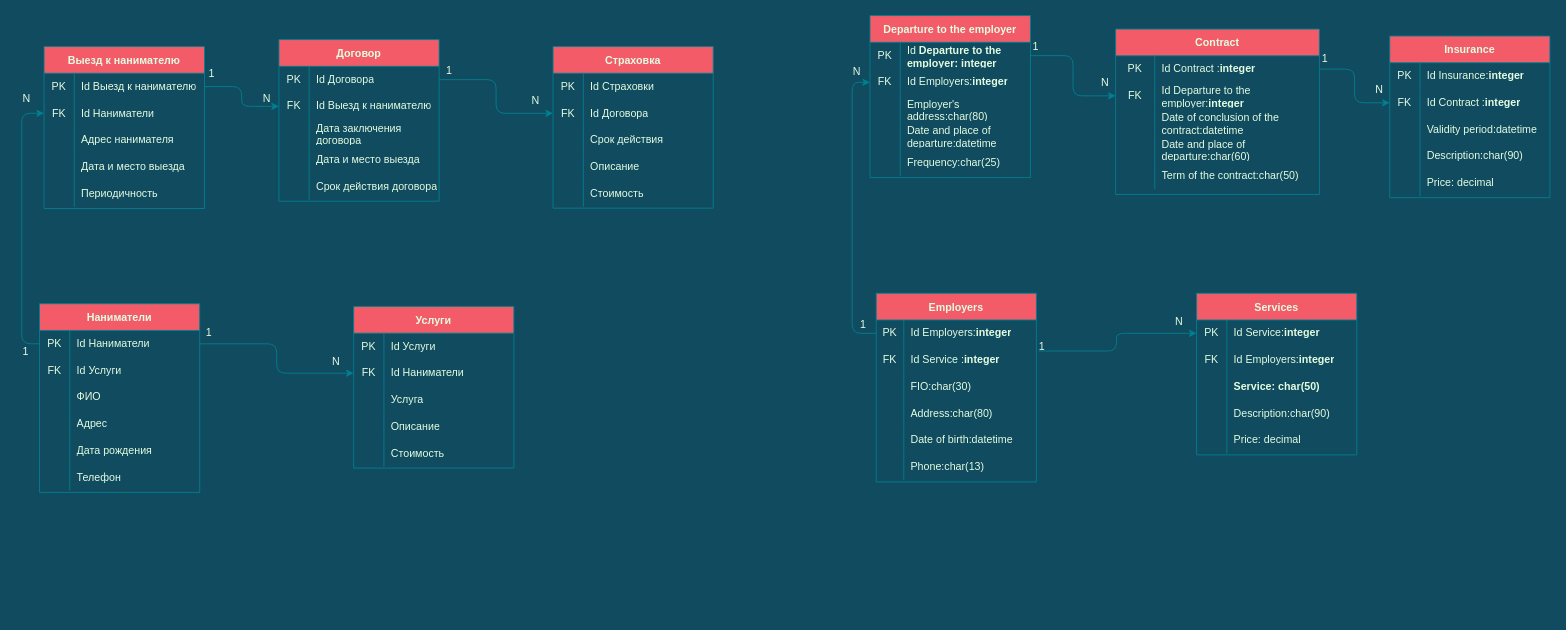
Above: TP.drawio in 21michael21/Boom21 (draw.io), before the change. Source tidied: cells renumbered, new cells numbered last; positions are measured from the earlier drawing's top-left corner, leaving out a move shared by most shapes. Both pictures are drawn from the tidied source at 89%, with x=0, y=0 at pixel (17, 15).
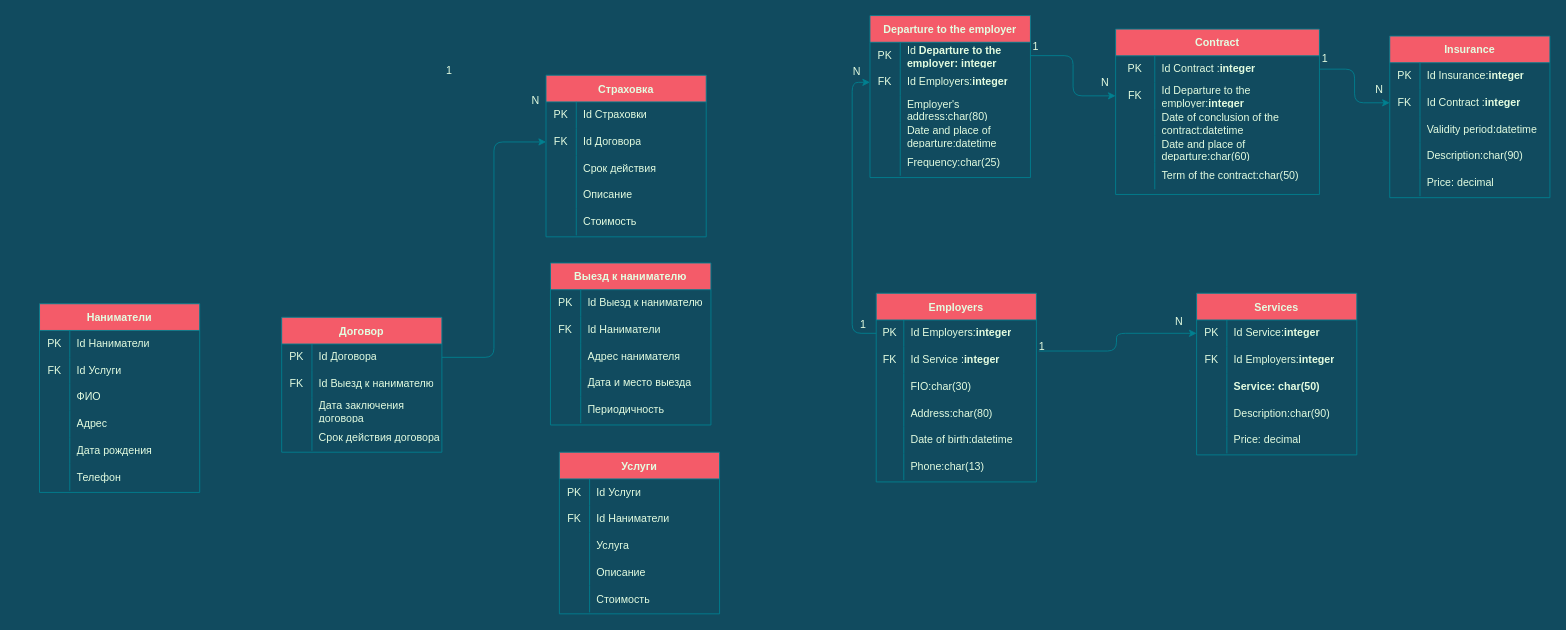
The same page after the edit.

The change refers to these unchanged cells:
```xml
<mxCell id="90" style="shape=tableRow;horizontal=0;startSize=0;swimlaneHead=0;swimlaneBody=0;top=0;left=0;bottom=0;right=0;fillColor=none;points=[[0,0.5],[1,0.5]];portConstraint=eastwest;rounded=0;sketch=0;fontColor=#E4FDE1;strokeColor=#028090;" parent="89" vertex="1">
  <mxGeometry y="30" width="180.3" height="30" as="geometry" />
</mxCell>
<mxCell id="93" style="shape=tableRow;horizontal=0;startSize=0;swimlaneHead=0;swimlaneBody=0;top=0;left=0;bottom=0;right=0;fillColor=none;points=[[0,0.5],[1,0.5]];portConstraint=eastwest;rounded=0;sketch=0;fontColor=#E4FDE1;strokeColor=#028090;" parent="89" vertex="1">
  <mxGeometry y="60" width="180.3" height="30" as="geometry" />
</mxCell>
<mxCell id="109" style="shape=tableRow;horizontal=0;startSize=0;swimlaneHead=0;swimlaneBody=0;top=0;left=0;bottom=0;right=0;fillColor=none;points=[[0,0.5],[1,0.5]];portConstraint=eastwest;rounded=0;sketch=0;fontColor=#E4FDE1;strokeColor=#028090;" parent="105" vertex="1">
  <mxGeometry y="60" width="180" height="30" as="geometry" />
</mxCell>
<mxCell id="138" style="shape=tableRow;horizontal=0;startSize=0;swimlaneHead=0;swimlaneBody=0;top=0;left=0;bottom=0;right=0;fillColor=none;points=[[0,0.5],[1,0.5]];portConstraint=eastwest;rounded=0;sketch=0;fontColor=#E4FDE1;strokeColor=#028090;" parent="137" vertex="1">
  <mxGeometry y="30" width="180" height="30" as="geometry" />
</mxCell>
<mxCell id="160" style="shape=tableRow;horizontal=0;startSize=0;swimlaneHead=0;swimlaneBody=0;top=0;left=0;bottom=0;right=0;fillColor=none;points=[[0,0.5],[1,0.5]];portConstraint=eastwest;rounded=0;sketch=0;fontColor=#E4FDE1;strokeColor=#028090;" parent="156" vertex="1">
  <mxGeometry y="60" width="180" height="30" as="geometry" />
</mxCell>
```

Change to the diagram source:
```diff
@@
     <mxCell id="89" value="Выезд к нанимателю" style="shape=table;startSize=30;childLayout=tableLayout;rowLines=0;fontStyle=1;rounded=0;sketch=0;fontColor=#E4FDE1;strokeColor=#028090;fillColor=#F45B69;" parent="1" vertex="1">
-      <mxGeometry x="30" y="34.8" width="180.3" height="182" as="geometry" />
+      <mxGeometry x="599" y="278" width="180.3" height="182" as="geometry" />
     </mxCell>
@@
     <mxCell id="105" value="Договор" style="shape=table;startSize=30;childLayout=tableLayout;rowLines=0;fontStyle=1;rounded=0;sketch=0;fontColor=#E4FDE1;strokeColor=#028090;fillColor=#F45B69;" parent="1" vertex="1">
-      <mxGeometry x="293.9" y="27" width="180" height="181.6" as="geometry" />
+      <mxGeometry x="297" y="339" width="180" height="151.6" as="geometry" />
     </mxCell>
@@
-    <mxCell id="115" style="shape=tableRow;horizontal=0;startSize=0;swimlaneHead=0;swimlaneBody=0;top=0;left=0;bottom=0;right=0;fillColor=none;rounded=0;sketch=0;fontColor=#E4FDE1;strokeColor=#028090;" parent="105" vertex="1">
-      <mxGeometry y="120" width="180" height="30" as="geometry" />
-    </mxCell>
-    <mxCell id="116" style="shape=partialRectangle;html=1;whiteSpace=wrap;fillColor=none;top=0;left=0;bottom=0;right=0;overflow=hidden;rounded=0;sketch=0;fontColor=#E4FDE1;strokeColor=#028090;" parent="115" vertex="1">
-      <mxGeometry width="34" height="30" as="geometry" />
-    </mxCell>
-    <mxCell id="117" value="Дата и место выезда" style="shape=partialRectangle;html=1;whiteSpace=wrap;fillColor=none;top=0;left=0;bottom=0;right=0;align=left;spacingLeft=6;overflow=hidden;rounded=0;sketch=0;fontColor=#E4FDE1;strokeColor=#028090;" parent="115" vertex="1">
-      <mxGeometry x="34" width="146" height="30" as="geometry" />
-    </mxCell>
     <mxCell id="118" style="shape=tableRow;horizontal=0;startSize=0;swimlaneHead=0;swimlaneBody=0;top=0;left=0;bottom=0;right=0;fillColor=none;rounded=0;sketch=0;fontColor=#E4FDE1;strokeColor=#028090;" parent="105" vertex="1">
-      <mxGeometry y="150" width="180" height="30" as="geometry" />
+      <mxGeometry y="120" width="180" height="30" as="geometry" />
     </mxCell>
@@
     <mxCell id="121" value="Страховка" style="shape=table;startSize=30;childLayout=tableLayout;rowLines=0;fontStyle=1;rounded=0;sketch=0;fontColor=#E4FDE1;strokeColor=#028090;fillColor=#F45B69;" parent="1" vertex="1">
-      <mxGeometry x="601.9" y="34.8" width="180" height="181.6" as="geometry" />
+      <mxGeometry x="594" y="67" width="180" height="181.6" as="geometry" />
     </mxCell>
@@
     <mxCell id="156" value="Услуги" style="shape=table;startSize=30;childLayout=tableLayout;rowLines=0;fontStyle=1;rounded=0;sketch=0;fontColor=#E4FDE1;strokeColor=#028090;fillColor=#F45B69;" parent="1" vertex="1">
-      <mxGeometry x="377.9" y="326.8" width="180" height="181.6" as="geometry" />
+      <mxGeometry x="609" y="490.6" width="180" height="181.6" as="geometry" />
     </mxCell>
@@
-    <mxCell id="172" style="edgeStyle=orthogonalEdgeStyle;curved=0;rounded=1;sketch=0;jettySize=auto;html=1;exitX=1;exitY=0.5;exitDx=0;exitDy=0;entryX=0;entryY=0.5;entryDx=0;entryDy=0;fontColor=#E4FDE1;strokeColor=#028090;fillColor=#F45B69;" parent="1" edge="1" source="138" target="160">
-      <mxGeometry relative="1" as="geometry" />
-    </mxCell>
-    <mxCell id="173" style="edgeStyle=orthogonalEdgeStyle;rounded=1;sketch=0;jettySize=auto;html=1;exitX=0;exitY=0.5;exitDx=0;exitDy=0;entryX=0;entryY=0.5;entryDx=0;entryDy=0;fontColor=#E4FDE1;strokeColor=#028090;fillColor=#F45B69;" parent="1" edge="1" source="138" target="93">
-      <mxGeometry relative="1" as="geometry" />
-    </mxCell>
-    <mxCell id="174" style="edgeStyle=orthogonalEdgeStyle;rounded=1;sketch=0;jettySize=auto;html=1;exitX=1;exitY=0.5;exitDx=0;exitDy=0;entryX=0;entryY=0.5;entryDx=0;entryDy=0;fontColor=#E4FDE1;strokeColor=#028090;fillColor=#F45B69;" parent="1" edge="1" source="90" target="109">
-      <mxGeometry relative="1" as="geometry" />
-    </mxCell>
@@
-    <mxCell id="176" value="1" style="text;html=1;align=center;verticalAlign=middle;strokeColor=none;fillColor=none;fontColor=#E4FDE1;" parent="1" vertex="1">
-      <mxGeometry x="207" y="348" width="16" height="18" as="geometry" />
-    </mxCell>
-    <mxCell id="177" value="N" style="text;html=1;align=center;verticalAlign=middle;strokeColor=none;fillColor=none;fontColor=#E4FDE1;" parent="1" vertex="1">
-      <mxGeometry x="348" y="380" width="19" height="18" as="geometry" />
-    </mxCell>
-    <mxCell id="178" value="N" style="text;html=1;align=center;verticalAlign=middle;strokeColor=none;fillColor=none;fontColor=#E4FDE1;" parent="1" vertex="1">
-      <mxGeometry y="85" width="19" height="18" as="geometry" />
-    </mxCell>
-    <mxCell id="179" value="1" style="text;html=1;align=center;verticalAlign=middle;strokeColor=none;fillColor=none;fontColor=#E4FDE1;" parent="1" vertex="1">
-      <mxGeometry x="1" y="369" width="16" height="18" as="geometry" />
-    </mxCell>
-    <mxCell id="180" value="1" style="text;html=1;align=center;verticalAlign=middle;strokeColor=none;fillColor=none;fontColor=#E4FDE1;" parent="1" vertex="1">
-      <mxGeometry x="210" y="56" width="16" height="18" as="geometry" />
-    </mxCell>
-    <mxCell id="181" value="N" style="text;html=1;align=center;verticalAlign=middle;strokeColor=none;fillColor=none;fontColor=#E4FDE1;" parent="1" vertex="1">
-      <mxGeometry x="270" y="85" width="19" height="18" as="geometry" />
-    </mxCell>
```
